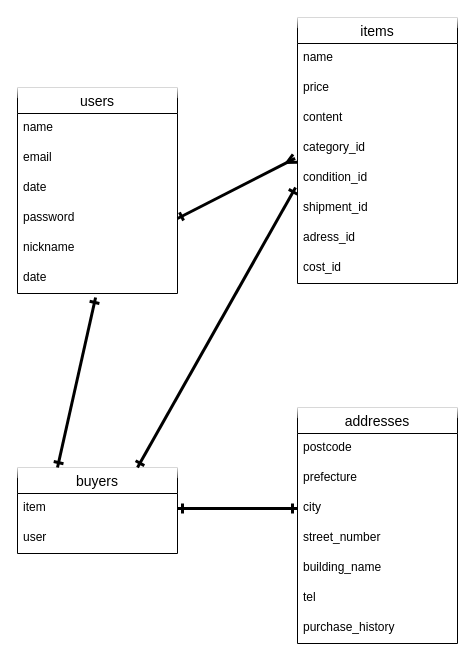
Before: furima.dio in shota113/furima-39404, a draw.io diagram. Source tidied: cells renumbered, new cells numbered last; positions are measured from the earlier drawing's top-left corner, leaving out a move shared by most shapes. Both pictures are drawn from the tidied source at 100%, with x=0, y=0 at pixel (17, 17).
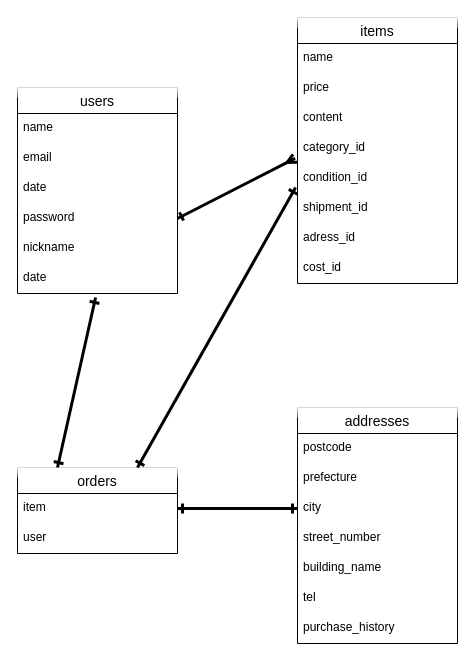
The same diagram, later.

What changed in the source:
```diff
@@
-    <mxCell id="18" value="buyers" style="swimlane;fontStyle=0;horizontal=1;startSize=26;align=center;fontSize=14;glass=1;labelBackgroundColor=none;labelBorderColor=none;" parent="1" vertex="1">
+    <mxCell id="18" value="orders" style="swimlane;fontStyle=0;horizontal=1;startSize=26;align=center;fontSize=14;glass=1;labelBackgroundColor=none;labelBorderColor=none;" parent="1" vertex="1">
       <mxGeometry y="450" width="160" height="86" as="geometry" />
     </mxCell>
```
